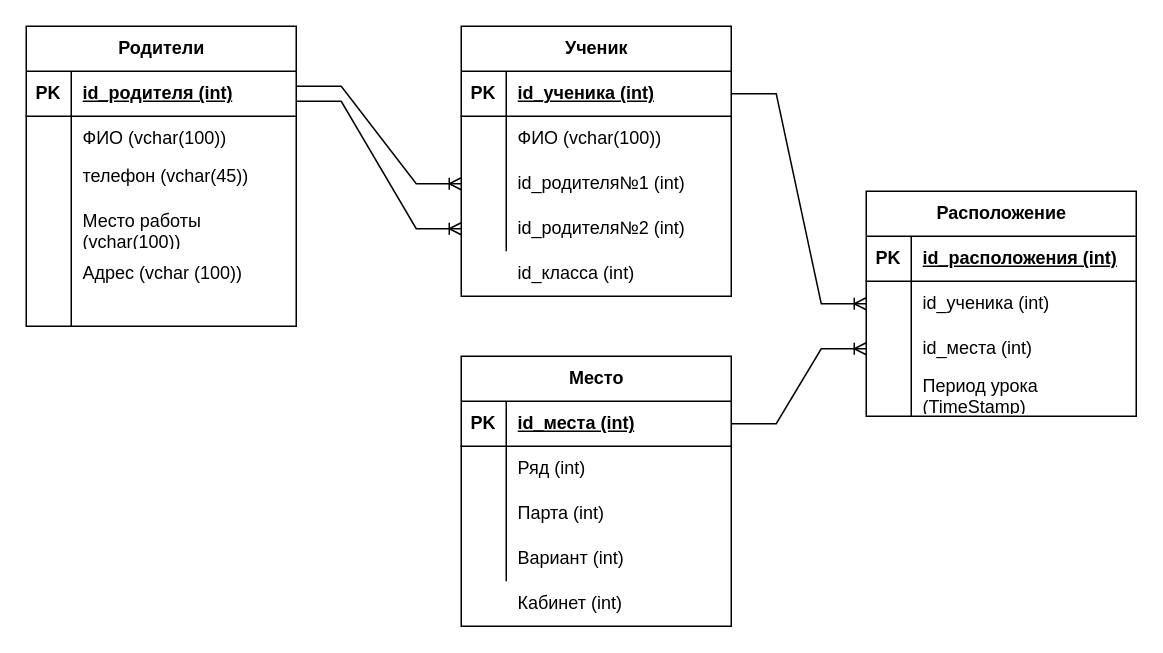
The draw.io diagram page "Страница 1" (1 of 2) of DB_Seminar3.drawio in alexolhovskiy/BD_diagramma, before the edit. Source tidied: cells renumbered, new cells numbered last; positions are measured from the earlier drawing's top-left corner, leaving out a move shared by most shapes. Both pictures are drawn from the tidied source at 150%, with x=0, y=0 at pixel (26, 26).
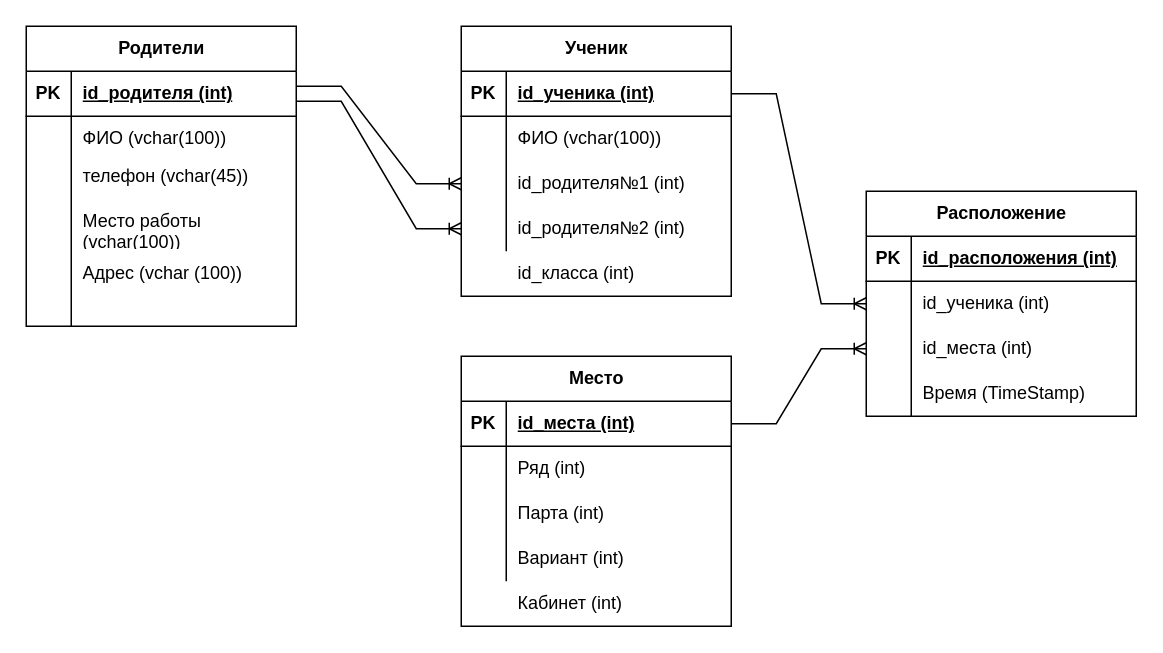
Above is the later version.

The change refers to these unchanged cells:
```xml
<mxCell id="29" style="shape=tableRow;horizontal=0;startSize=0;swimlaneHead=0;swimlaneBody=0;fillColor=none;top=0;left=0;right=0;bottom=0;strokeColor=default;fontFamily=Helvetica;fontSize=12;fontColor=default;html=1;" parent="19" vertex="1">
  <mxGeometry y="120" width="180" height="30" as="geometry" />
</mxCell>
```

Diff of the diagram source:
```diff
@@
-    <mxCell id="31" value="Период урока (TimeStamp)" style="shape=partialRectangle;fillColor=none;top=0;left=0;bottom=0;right=0;align=left;spacingLeft=6;overflow=hidden;whiteSpace=wrap;html=1;strokeColor=default;fontFamily=Helvetica;fontSize=12;fontColor=default;startSize=30;" parent="29" vertex="1">
+    <mxCell id="31" value="Время (TimeStamp)" style="shape=partialRectangle;fillColor=none;top=0;left=0;bottom=0;right=0;align=left;spacingLeft=6;overflow=hidden;whiteSpace=wrap;html=1;strokeColor=default;fontFamily=Helvetica;fontSize=12;fontColor=default;startSize=30;" parent="29" vertex="1">
       <mxGeometry x="30" width="150" height="30" as="geometry" />
     </mxCell>
```
